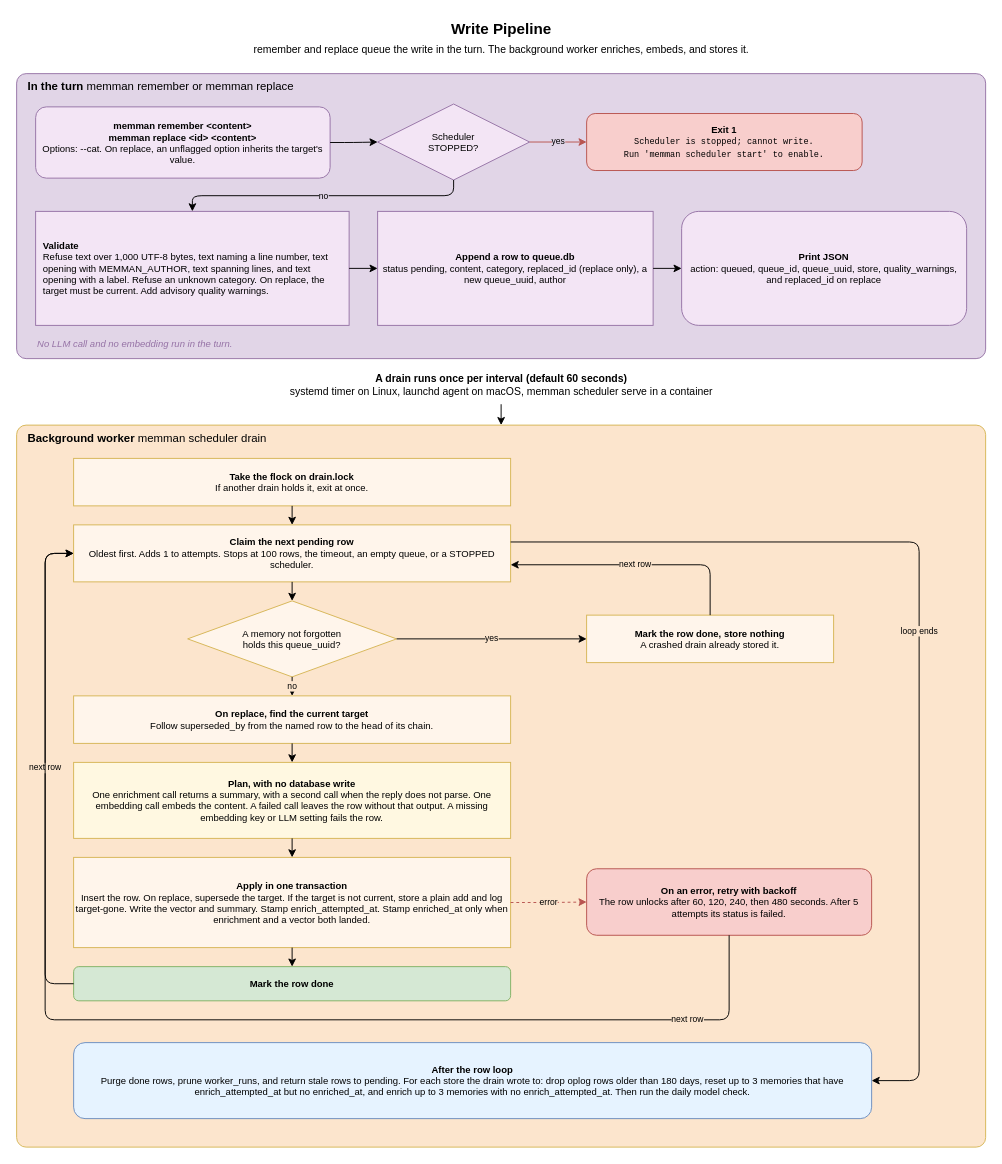
Earlier version of the draw.io diagram docs/diagrams/04-remember-pipeline.drawio (bissli/memman). Source tidied: cells renumbered, new cells numbered last; positions are measured from the earlier drawing's top-left corner, leaving out a move shared by most shapes. Both pictures are drawn from the tidied source at 95%, with x=0, y=0 at pixel (16, 16).
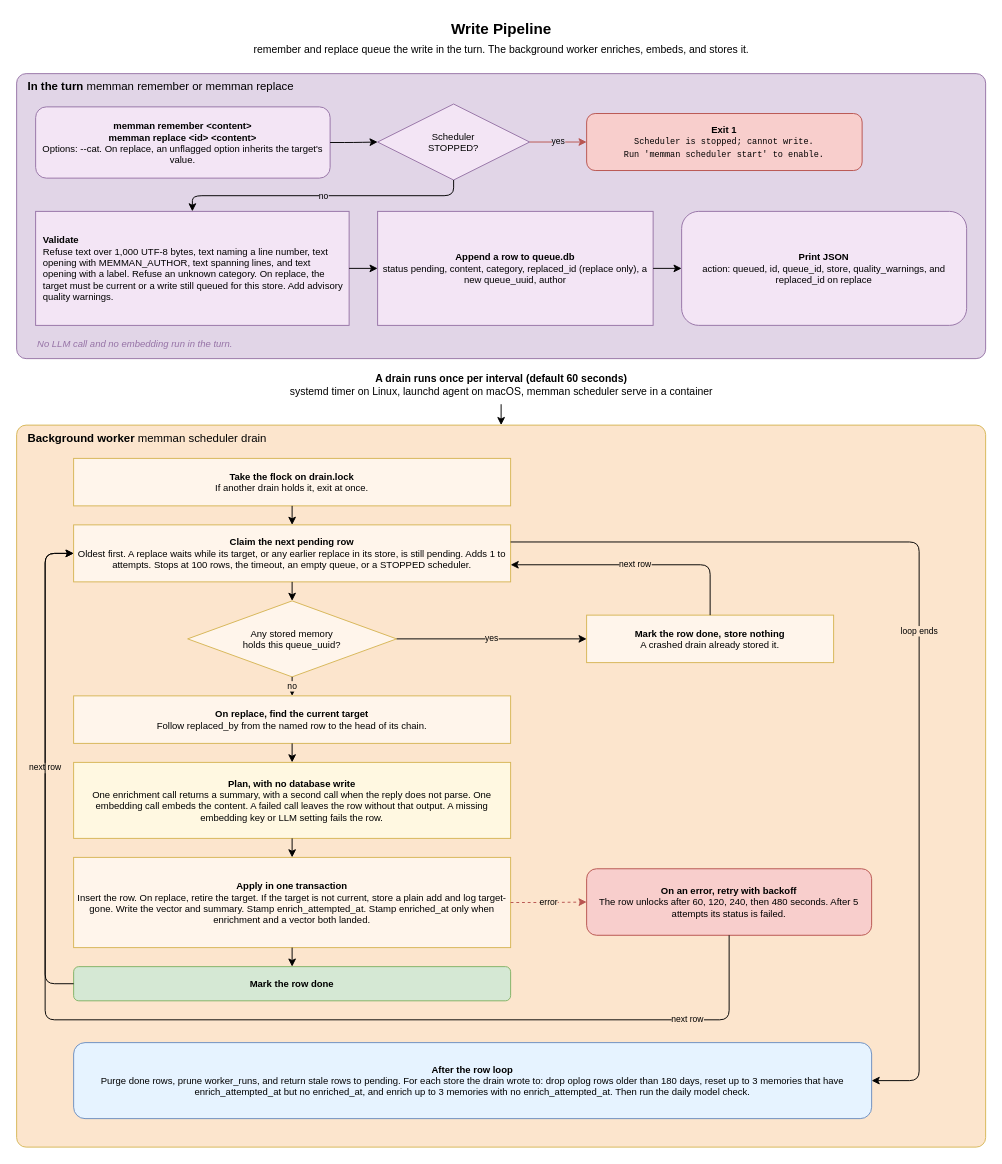
The same diagram, later.

The edit, as a diff of the source:
```diff
@@
-    <mxCell id="7" value="&lt;b&gt;Validate&lt;/b&gt;&lt;br&gt;Refuse text over 1,000 UTF-8 bytes, text naming a line number, text opening with MEMMAN_AUTHOR, text spanning lines, and text opening with a label. Refuse an unknown category. On replace, the target must be current. Add advisory quality warnings." style="rounded=0;whiteSpace=wrap;html=1;fillColor=#F3E5F5;strokeColor=#9673a6;fontSize=10;align=left;spacingLeft=6;spacingRight=6;" parent="1" vertex="1">
+    <mxCell id="7" value="&lt;b&gt;Validate&lt;/b&gt;&lt;br&gt;Refuse text over 1,000 UTF-8 bytes, text naming a line number, text opening with MEMMAN_AUTHOR, text spanning lines, and text opening with a label. Refuse an unknown category. On replace, the target must be current or a write still queued for this store. Add advisory quality warnings." style="rounded=0;whiteSpace=wrap;html=1;fillColor=#F3E5F5;strokeColor=#9673a6;fontSize=10;align=left;spacingLeft=6;spacingRight=6;" parent="1" vertex="1">
       <mxGeometry x="20" y="205" width="330" height="120" as="geometry" />
     </mxCell>
@@
-    <mxCell id="9" value="&lt;b&gt;Print JSON&lt;/b&gt;&lt;br&gt;action: queued, queue_id, queue_uuid, store, quality_warnings, and replaced_id on replace" style="rounded=1;whiteSpace=wrap;html=1;fillColor=#F3E5F5;strokeColor=#9673a6;fontSize=10;" parent="1" vertex="1">
+    <mxCell id="9" value="&lt;b&gt;Print JSON&lt;/b&gt;&lt;br&gt;action: queued, id, queue_id, store, quality_warnings, and replaced_id on replace" style="rounded=1;whiteSpace=wrap;html=1;fillColor=#F3E5F5;strokeColor=#9673a6;fontSize=10;" parent="1" vertex="1">
       <mxGeometry x="700" y="205" width="300" height="120" as="geometry" />
     </mxCell>
@@
-    <mxCell id="20" value="&lt;b&gt;Claim the next pending row&lt;/b&gt;&lt;br&gt;Oldest first. Adds 1 to attempts. Stops at 100 rows, the timeout, an empty queue, or a STOPPED scheduler." style="rounded=0;whiteSpace=wrap;html=1;fillColor=#FFF5EB;strokeColor=#d6b656;fontSize=10;" parent="1" vertex="1">
+    <mxCell id="20" value="&lt;b&gt;Claim the next pending row&lt;/b&gt;&lt;br&gt;Oldest first. A replace waits while its target, or any earlier replace in its store, is still pending. Adds 1 to attempts. Stops at 100 rows, the timeout, an empty queue, or a STOPPED scheduler." style="rounded=0;whiteSpace=wrap;html=1;fillColor=#FFF5EB;strokeColor=#d6b656;fontSize=10;" parent="1" vertex="1">
       <mxGeometry x="60" y="535" width="460" height="60" as="geometry" />
     </mxCell>
-    <mxCell id="21" value="A memory not forgotten&lt;br&gt;holds this queue_uuid?" style="rhombus;whiteSpace=wrap;html=1;fillColor=#FFF5EB;strokeColor=#d6b656;fontSize=10;" parent="1" vertex="1">
+    <mxCell id="21" value="Any stored memory&lt;br&gt;holds this queue_uuid?" style="rhombus;whiteSpace=wrap;html=1;fillColor=#FFF5EB;strokeColor=#d6b656;fontSize=10;" parent="1" vertex="1">
       <mxGeometry x="180" y="615" width="220" height="80" as="geometry" />
     </mxCell>
@@
-    <mxCell id="23" value="&lt;b&gt;On replace, find the current target&lt;/b&gt;&lt;br&gt;Follow superseded_by from the named row to the head of its chain." style="rounded=0;whiteSpace=wrap;html=1;fillColor=#FFF5EB;strokeColor=#d6b656;fontSize=10;" parent="1" vertex="1">
+    <mxCell id="23" value="&lt;b&gt;On replace, find the current target&lt;/b&gt;&lt;br&gt;Follow replaced_by from the named row to the head of its chain." style="rounded=0;whiteSpace=wrap;html=1;fillColor=#FFF5EB;strokeColor=#d6b656;fontSize=10;" parent="1" vertex="1">
       <mxGeometry x="60" y="715" width="460" height="50" as="geometry" />
     </mxCell>
@@
-    <mxCell id="25" value="&lt;b&gt;Apply in one transaction&lt;/b&gt;&lt;br&gt;Insert the row. On replace, supersede the target. If the target is not current, store a plain add and log target-gone. Write the vector and summary. Stamp enrich_attempted_at. Stamp enriched_at only when enrichment and a vector both landed." style="rounded=0;whiteSpace=wrap;html=1;fillColor=#FFF5EB;strokeColor=#d6b656;fontSize=10;" parent="1" vertex="1">
+    <mxCell id="25" value="&lt;b&gt;Apply in one transaction&lt;/b&gt;&lt;br&gt;Insert the row. On replace, retire the target. If the target is not current, store a plain add and log target-gone. Write the vector and summary. Stamp enrich_attempted_at. Stamp enriched_at only when enrichment and a vector both landed." style="rounded=0;whiteSpace=wrap;html=1;fillColor=#FFF5EB;strokeColor=#d6b656;fontSize=10;" parent="1" vertex="1">
       <mxGeometry x="60" y="885" width="460" height="95" as="geometry" />
     </mxCell>
```
